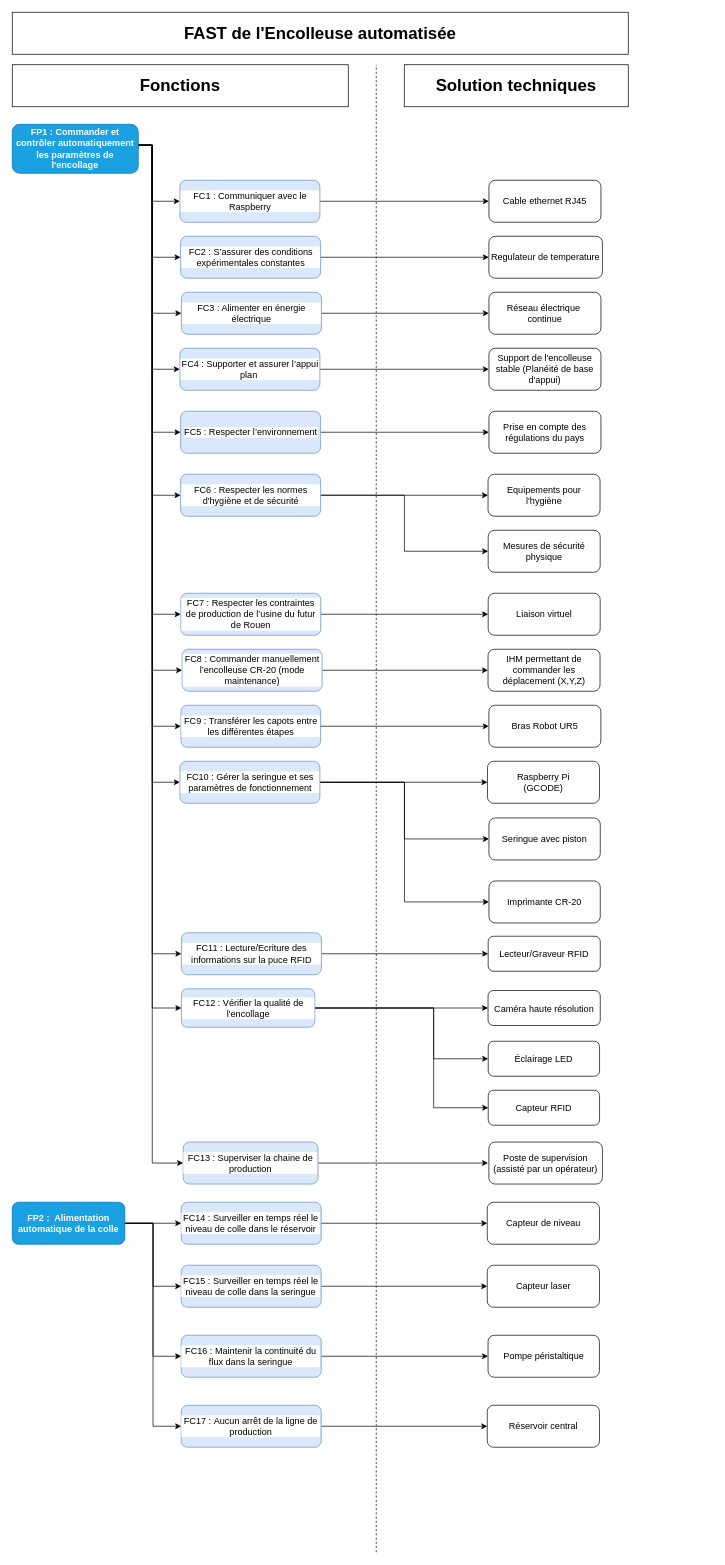
The draw.io diagram FAST DIAGRAM/Diagramme_FAST.drawio in CharifMah/Systemes_automatises, before the edit. Source tidied: cells renumbered, new cells numbered last; positions are measured from the earlier drawing's top-left corner, leaving out a move shared by most shapes. Both pictures are drawn from the tidied source at 70%, with x=0, y=0 at pixel (12, 12).
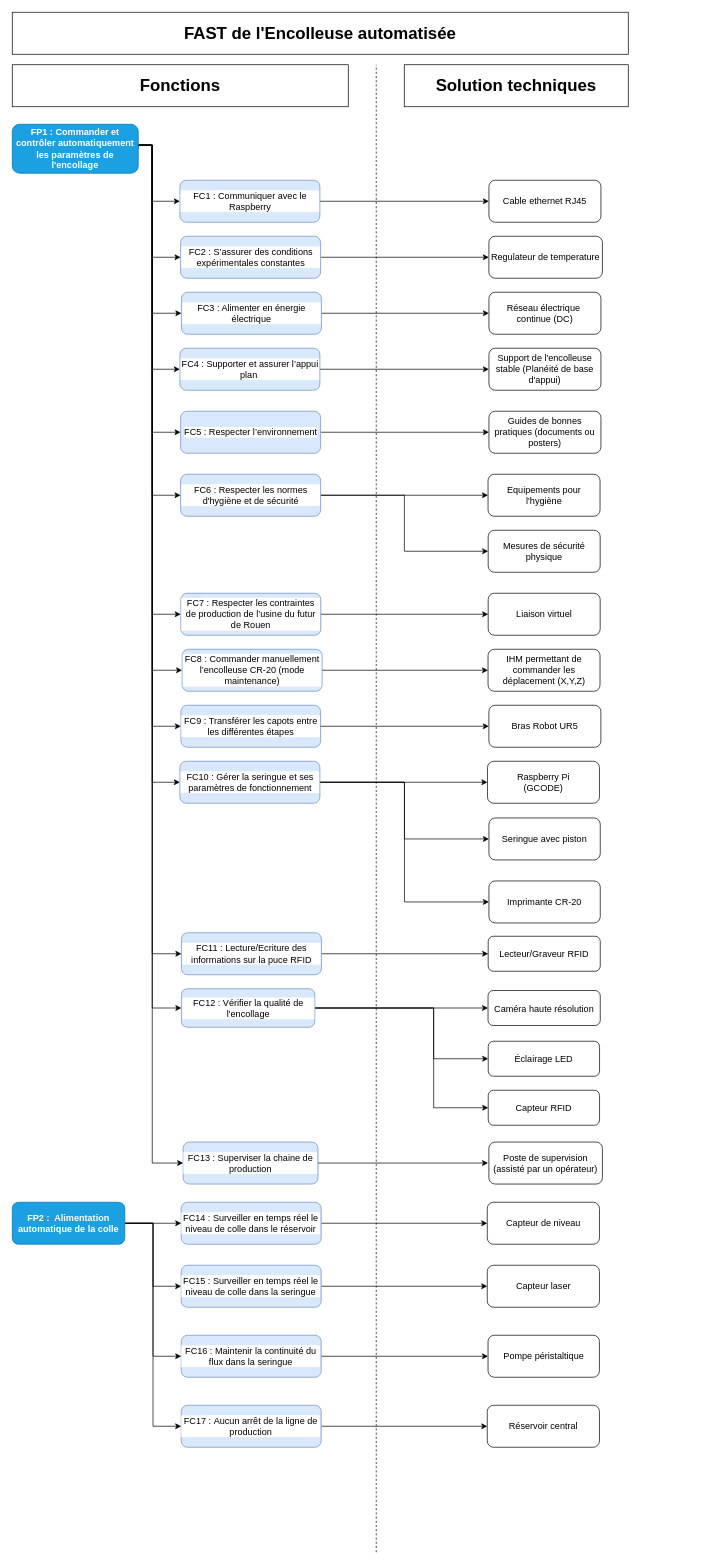
The same diagram, later.

Commit message:
Mettre à jour Diagramme_FAST.drawio

The edit, as a diff of the source:
```diff
@@
-    <mxCell id="47" value="Réseau électrique&amp;nbsp;&lt;div&gt;continue&lt;/div&gt;" style="rounded=1;whiteSpace=wrap;html=1;fontSize=13;fontStyle=0;" parent="1" vertex="1">
+    <mxCell id="47" value="Réseau électrique&amp;nbsp;&lt;div&gt;continue (DC)&lt;/div&gt;" style="rounded=1;whiteSpace=wrap;html=1;fontSize=13;fontStyle=0;" parent="1" vertex="1">
       <mxGeometry x="681" y="400" width="160" height="60" as="geometry" />
     </mxCell>
@@
-    <mxCell id="55" value="Prise en compte des régulations du pays" style="rounded=1;whiteSpace=wrap;html=1;fontSize=13;fontStyle=0;" parent="1" vertex="1">
+    <mxCell id="55" value="Guides de bonnes pratiques (documents ou posters)" style="rounded=1;whiteSpace=wrap;html=1;fontSize=13;fontStyle=0;" parent="1" vertex="1">
       <mxGeometry x="681" y="570" width="160" height="60" as="geometry" />
     </mxCell>
```
